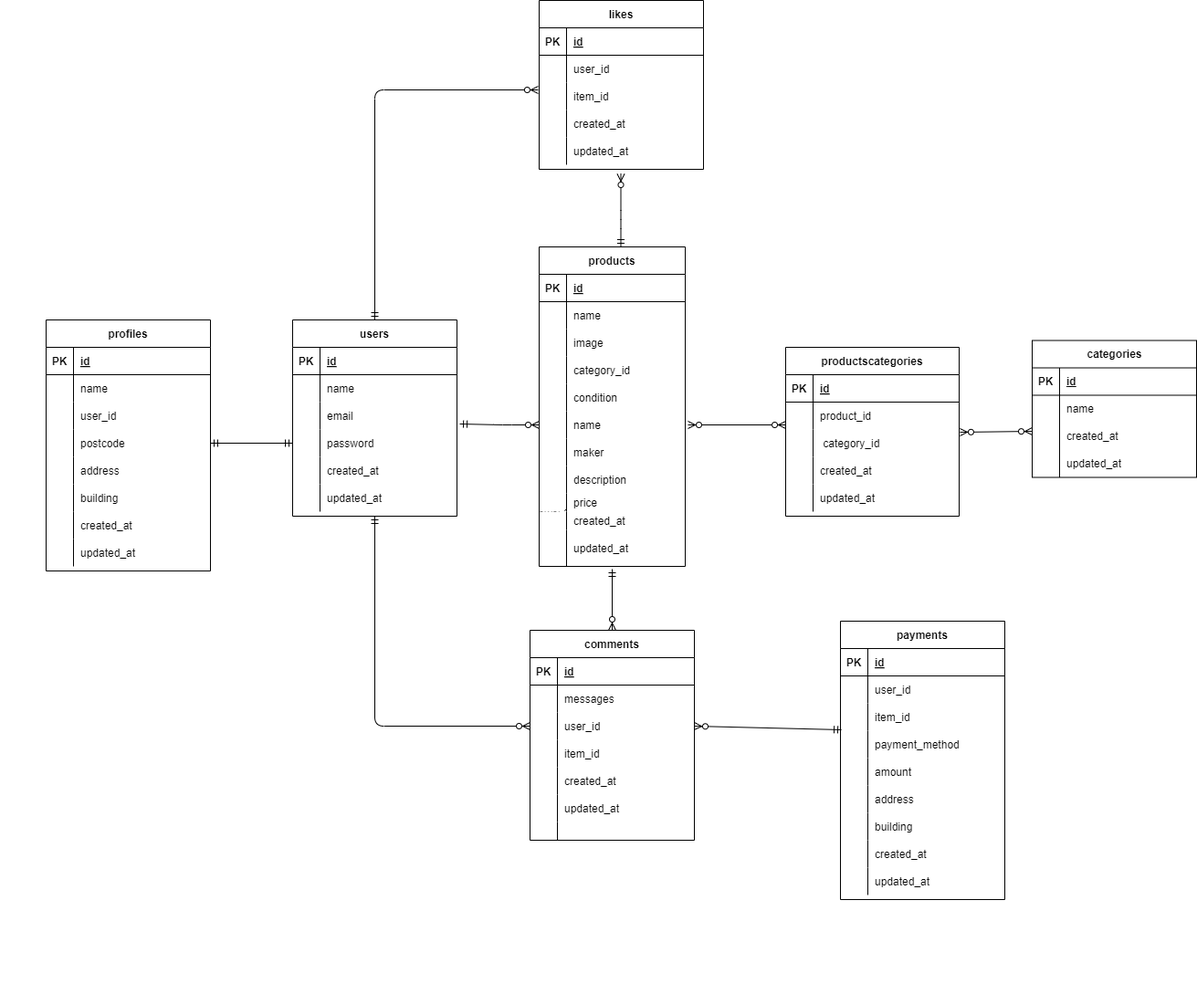
Earlier version of the draw.io export .drawio.png (momoca-13/furima). Source tidied: cells renumbered, new cells last; positions are measured from the earlier drawing's top-left corner, leaving out a move shared by most shapes.
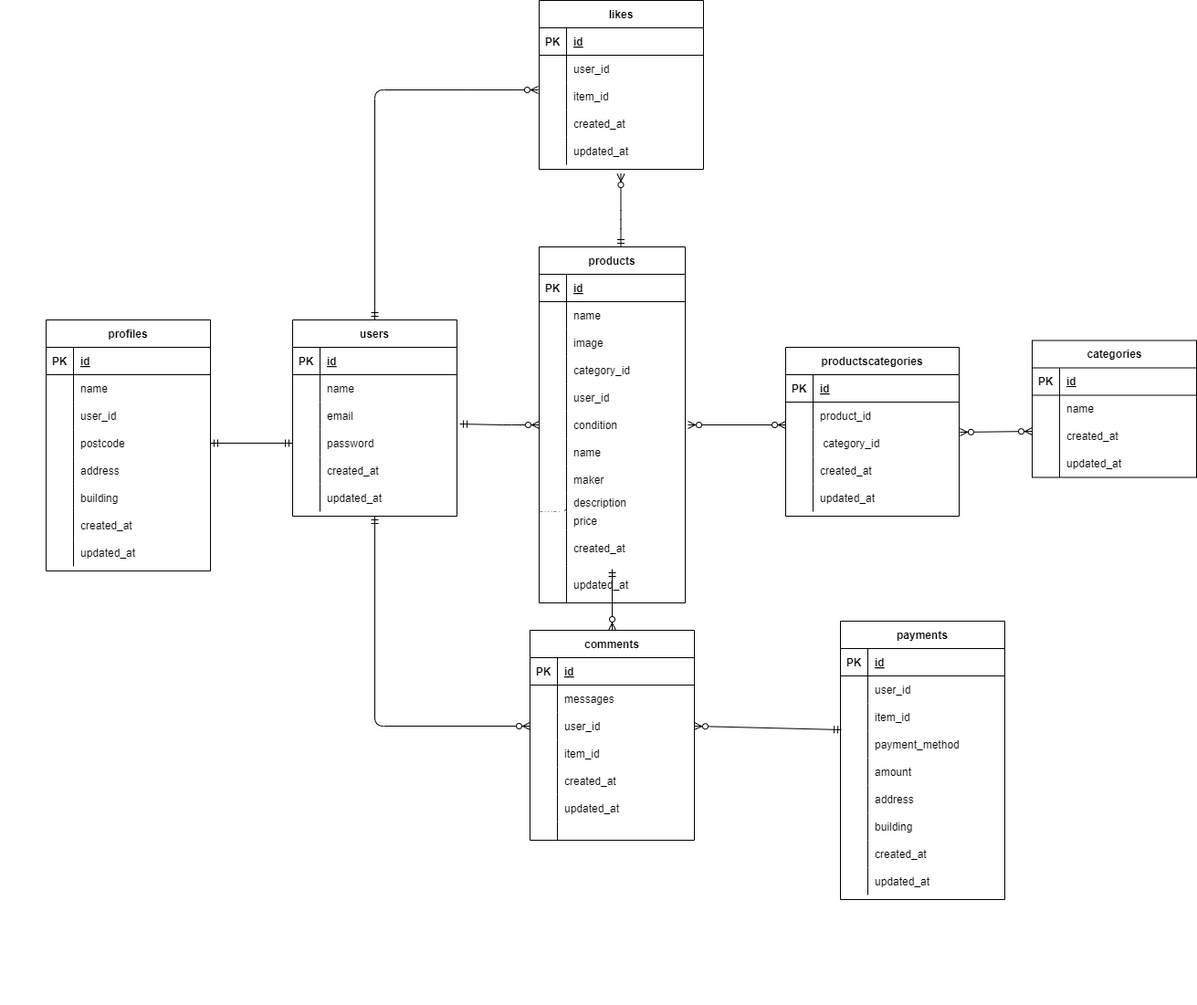
After the change.

Change to the diagram source:
```diff
@@ -126,7 +126,7 @@
       <mxGeometry x="30" width="160" height="30" as="geometry" />
     </mxCell>
     <mxCell id="43" value="products" style="shape=table;startSize=30;rowLines=0;fontStyle=1;align=center;strokeColor=#000000;fontColor=#000000;fillColor=#FFFFFF;" parent="1" vertex="1">
-      <mxGeometry x="590" y="270" width="160" height="350" as="geometry" />
+      <mxGeometry x="590" y="270" width="160" height="390" as="geometry" />
     </mxCell>
     <mxCell id="44" style="shape=tableRow;horizontal=0;startSize=0;swimlaneHead=0;swimlaneBody=0;fillColor=none;top=0;left=0;right=0;bottom=1;strokeColor=#000000;fontColor=#000000;" parent="43" vertex="1">
       <mxGeometry y="30" width="160" height="30" as="geometry" />
@@ -170,7 +170,7 @@
     <mxCell id="57" style="shape=partialRectangle;fillColor=none;top=0;left=0;bottom=0;right=0;overflow=hidden;strokeColor=#000000;fontColor=#000000;" parent="56" vertex="1">
       <mxGeometry width="30" height="30" as="geometry" />
     </mxCell>
-    <mxCell id="58" value="condition" style="shape=partialRectangle;fillColor=none;top=0;left=0;bottom=0;right=0;align=left;spacingLeft=6;overflow=hidden;strokeColor=#000000;fontColor=#000000;" parent="56" vertex="1">
+    <mxCell id="58" value="user_id" style="shape=partialRectangle;fillColor=none;top=0;left=0;bottom=0;right=0;align=left;spacingLeft=6;overflow=hidden;strokeColor=#000000;fontColor=#000000;" parent="56" vertex="1">
       <mxGeometry x="30" width="130" height="30" as="geometry" />
     </mxCell>
     <mxCell id="59" style="shape=tableRow;horizontal=0;startSize=0;swimlaneHead=0;swimlaneBody=0;fillColor=none;points=[[0,0.5],[1,0.5]];portConstraint=eastwest;top=0;left=0;right=0;bottom=0;strokeColor=#000000;fontColor=#000000;" parent="43" vertex="1">
@@ -179,7 +179,7 @@
     <mxCell id="60" style="shape=partialRectangle;fillColor=none;top=0;left=0;bottom=0;right=0;overflow=hidden;strokeColor=#000000;fontColor=#000000;" parent="59" vertex="1">
       <mxGeometry width="30" height="30" as="geometry" />
     </mxCell>
-    <mxCell id="61" value="name" style="shape=partialRectangle;fillColor=none;top=0;left=0;bottom=0;right=0;align=left;spacingLeft=6;overflow=hidden;strokeColor=#000000;fontColor=#000000;" parent="59" vertex="1">
+    <mxCell id="61" value="condition" style="shape=partialRectangle;fillColor=none;top=0;left=0;bottom=0;right=0;align=left;spacingLeft=6;overflow=hidden;strokeColor=#000000;fontColor=#000000;" parent="59" vertex="1">
       <mxGeometry x="30" width="130" height="30" as="geometry" />
     </mxCell>
     <mxCell id="62" style="shape=tableRow;horizontal=0;startSize=0;swimlaneHead=0;swimlaneBody=0;fillColor=none;top=0;left=0;right=0;bottom=0;strokeColor=#000000;fontColor=#000000;" parent="43" vertex="1">
@@ -188,7 +188,7 @@
     <mxCell id="63" style="shape=partialRectangle;fillColor=none;top=0;left=0;bottom=0;right=0;overflow=hidden;strokeColor=#000000;fontColor=#000000;" parent="62" vertex="1">
       <mxGeometry width="30" height="30" as="geometry" />
     </mxCell>
-    <mxCell id="64" value="maker" style="shape=partialRectangle;fillColor=none;top=0;left=0;bottom=0;right=0;align=left;spacingLeft=6;overflow=hidden;strokeColor=#000000;fontColor=#000000;" parent="62" vertex="1">
+    <mxCell id="64" value="name" style="shape=partialRectangle;fillColor=none;top=0;left=0;bottom=0;right=0;align=left;spacingLeft=6;overflow=hidden;strokeColor=#000000;fontColor=#000000;" parent="62" vertex="1">
       <mxGeometry x="30" width="130" height="30" as="geometry" />
     </mxCell>
     <mxCell id="65" style="shape=tableRow;horizontal=0;startSize=0;swimlaneHead=0;swimlaneBody=0;fillColor=none;top=0;left=0;right=0;bottom=0;strokeColor=#000000;fontColor=#000000;" parent="43" vertex="1">
@@ -197,7 +197,7 @@
     <mxCell id="66" style="shape=partialRectangle;fillColor=none;top=0;left=0;bottom=0;right=0;overflow=hidden;strokeColor=#000000;fontColor=#000000;" parent="65" vertex="1">
       <mxGeometry width="30" height="30" as="geometry" />
     </mxCell>
-    <mxCell id="67" value="description" style="shape=partialRectangle;fillColor=none;top=0;left=0;bottom=0;right=0;align=left;spacingLeft=6;overflow=hidden;strokeColor=#000000;fontColor=#000000;" parent="65" vertex="1">
+    <mxCell id="67" value="maker" style="shape=partialRectangle;fillColor=none;top=0;left=0;bottom=0;right=0;align=left;spacingLeft=6;overflow=hidden;strokeColor=#000000;fontColor=#000000;" parent="65" vertex="1">
       <mxGeometry x="30" width="130" height="30" as="geometry" />
     </mxCell>
     <mxCell id="68" style="shape=tableRow;horizontal=0;startSize=0;swimlaneHead=0;swimlaneBody=0;fillColor=none;top=0;left=0;right=0;bottom=0;strokeColor=#000000;fontColor=#000000;" parent="43" vertex="1">
@@ -206,7 +206,7 @@
     <mxCell id="69" value="&#10;&lt;span style=&quot;color: rgb(0, 0, 0); font-family: Helvetica; font-size: 12px; font-style: normal; font-variant-ligatures: normal; font-variant-caps: normal; font-weight: 400; letter-spacing: normal; orphans: 2; text-align: left; text-indent: 0px; text-transform: none; widows: 2; word-spacing: 0px; -webkit-text-stroke-width: 0px; white-space: nowrap; background-color: rgb(251, 251, 251); text-decoration-thickness: initial; text-decoration-style: initial; text-decoration-color: initial; display: inline !important; float: none;&quot;&gt;price&lt;/span&gt;&#10;&#10;" style="shape=partialRectangle;fillColor=none;top=0;left=0;bottom=0;right=0;overflow=hidden;strokeColor=#000000;fontColor=#000000;" parent="68" vertex="1">
       <mxGeometry width="30" height="20" as="geometry" />
     </mxCell>
-    <mxCell id="70" value="price" style="shape=partialRectangle;fillColor=none;top=0;left=0;bottom=0;right=0;align=left;spacingLeft=6;overflow=hidden;strokeColor=#000000;fontColor=#000000;" parent="68" vertex="1">
+    <mxCell id="70" value="description" style="shape=partialRectangle;fillColor=none;top=0;left=0;bottom=0;right=0;align=left;spacingLeft=6;overflow=hidden;strokeColor=#000000;fontColor=#000000;" parent="68" vertex="1">
       <mxGeometry x="30" width="130" height="20" as="geometry" />
     </mxCell>
     <mxCell id="71" style="shape=tableRow;horizontal=0;startSize=0;swimlaneHead=0;swimlaneBody=0;fillColor=none;top=0;left=0;right=0;bottom=0;strokeColor=#000000;fontColor=#000000;" parent="43" vertex="1">
@@ -215,7 +215,7 @@
     <mxCell id="72" style="shape=partialRectangle;fillColor=none;top=0;left=0;bottom=0;right=0;overflow=hidden;strokeColor=#000000;fontColor=#000000;" parent="71" vertex="1">
       <mxGeometry width="30" height="20" as="geometry" />
     </mxCell>
-    <mxCell id="73" value="created_at" style="shape=partialRectangle;fillColor=none;top=0;left=0;bottom=0;right=0;align=left;spacingLeft=6;overflow=hidden;strokeColor=#000000;fontColor=#000000;" parent="71" vertex="1">
+    <mxCell id="73" value="price" style="shape=partialRectangle;fillColor=none;top=0;left=0;bottom=0;right=0;align=left;spacingLeft=6;overflow=hidden;strokeColor=#000000;fontColor=#000000;" parent="71" vertex="1">
       <mxGeometry x="30" width="130" height="20" as="geometry" />
     </mxCell>
     <mxCell id="74" style="shape=tableRow;horizontal=0;startSize=0;swimlaneHead=0;swimlaneBody=0;fillColor=none;top=0;left=0;right=0;bottom=0;strokeColor=#000000;fontColor=#000000;" parent="43" vertex="1">
@@ -224,9 +224,18 @@
     <mxCell id="75" style="shape=partialRectangle;fillColor=none;top=0;left=0;bottom=0;right=0;overflow=hidden;strokeColor=#000000;fontColor=#000000;" parent="74" vertex="1">
       <mxGeometry width="30" height="40" as="geometry" />
     </mxCell>
-    <mxCell id="76" value="updated_at" style="shape=partialRectangle;fillColor=none;top=0;left=0;bottom=0;right=0;align=left;spacingLeft=6;overflow=hidden;strokeColor=#000000;fontColor=#000000;" parent="74" vertex="1">
+    <mxCell id="76" value="created_at" style="shape=partialRectangle;fillColor=none;top=0;left=0;bottom=0;right=0;align=left;spacingLeft=6;overflow=hidden;strokeColor=#000000;fontColor=#000000;" parent="74" vertex="1">
       <mxGeometry x="30" width="130" height="40" as="geometry" />
     </mxCell>
+    <mxCell id="188" style="shape=tableRow;horizontal=0;startSize=0;swimlaneHead=0;swimlaneBody=0;fillColor=none;top=0;left=0;right=0;bottom=0;strokeColor=#000000;fontColor=#000000;" parent="43" vertex="1">
+      <mxGeometry y="350" width="160" height="40" as="geometry" />
+    </mxCell>
+    <mxCell id="189" style="shape=partialRectangle;fillColor=none;top=0;left=0;bottom=0;right=0;overflow=hidden;strokeColor=#000000;fontColor=#000000;" parent="188" vertex="1">
+      <mxGeometry width="30" height="40" as="geometry" />
+    </mxCell>
+    <mxCell id="190" value="updated_at" style="shape=partialRectangle;fillColor=none;top=0;left=0;bottom=0;right=0;align=left;spacingLeft=6;overflow=hidden;strokeColor=#000000;fontColor=#000000;" parent="188" vertex="1">
+      <mxGeometry x="30" width="130" height="40" as="geometry" />
+    </mxCell>
     <mxCell id="77" value="users" style="shape=table;startSize=30;rowLines=0;fontStyle=1;align=center;strokeColor=#000000;fontColor=#000000;fillColor=#FFFFFF;" parent="1" vertex="1">
       <mxGeometry x="320" y="350" width="180" height="215" as="geometry" />
     </mxCell>
```
